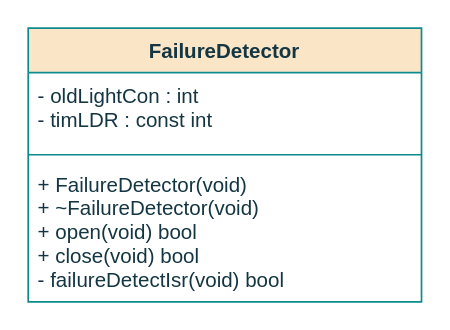
The draw.io diagram page "classFailure" (7 of 7) of project/report/flowcharts/Sensors.drawio in ESRGgroup9/slipad, before the edit. Source tidied: cells renumbered, new cells numbered last; positions are measured from the earlier drawing's top-left corner, leaving out a move shared by most shapes. Both pictures are drawn from the tidied source at 171%, with x=0, y=0 at pixel (27, 27).
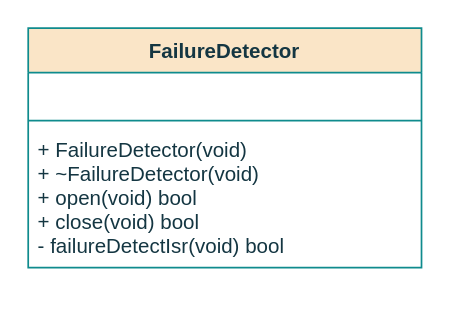
Above is the later version.

Diff of the diagram source:
```diff
@@
 <mxGraphModel>
   <root>
     <mxCell id="0" />
     <mxCell id="1" parent="0" />
     <mxCell id="2" value="FailureDetector" style="swimlane;fontStyle=1;align=center;verticalAlign=top;horizontal=1;startSize=26;fillColor=#FAE5C7;strokeColor=#0F8B8D;fontColor=#143642;" parent="1" vertex="1">
-      <mxGeometry width="230" height="160" as="geometry" />
+      <mxGeometry width="230" height="140" as="geometry" />
     </mxCell>
-    <mxCell id="3" value="- oldLightCon : int&#10;- timLDR : const int&#10;" style="text;strokeColor=none;fillColor=none;align=left;verticalAlign=top;spacingLeft=4;spacingRight=4;overflow=hidden;fontColor=#143642;" parent="2" vertex="1">
-      <mxGeometry y="26" width="230" height="44" as="geometry" />
+    <mxCell id="3" value="&#10;" style="text;strokeColor=none;fillColor=none;align=left;verticalAlign=top;spacingLeft=4;spacingRight=4;overflow=hidden;fontColor=#143642;" parent="2" vertex="1">
+      <mxGeometry y="26" width="230" height="24" as="geometry" />
     </mxCell>
     <mxCell id="4" style="line;strokeWidth=1;fillColor=none;align=left;verticalAlign=middle;spacingTop=-1;spacingLeft=3;spacingRight=3;labelPosition=right;labelBackgroundColor=#DAD2D8;strokeColor=#0F8B8D;fontColor=#143642;" parent="2" vertex="1">
-      <mxGeometry y="70" width="230" height="8" as="geometry" />
+      <mxGeometry y="50" width="230" height="8" as="geometry" />
     </mxCell>
     <mxCell id="5" value="+ FailureDetector(void)&#10;+ ~FailureDetector(void)&#10;+ open(void) bool&#10;+ close(void) bool&#10;- failureDetectIsr(void) bool" style="text;strokeColor=none;fillColor=none;align=left;verticalAlign=top;spacingLeft=4;spacingRight=4;overflow=hidden;fontColor=#143642;spacing=2;fontStyle=0;" parent="2" vertex="1">
-      <mxGeometry y="78" width="230" height="82" as="geometry" />
+      <mxGeometry y="58" width="230" height="82" as="geometry" />
     </mxCell>
   </root>
 </mxGraphModel>
```
